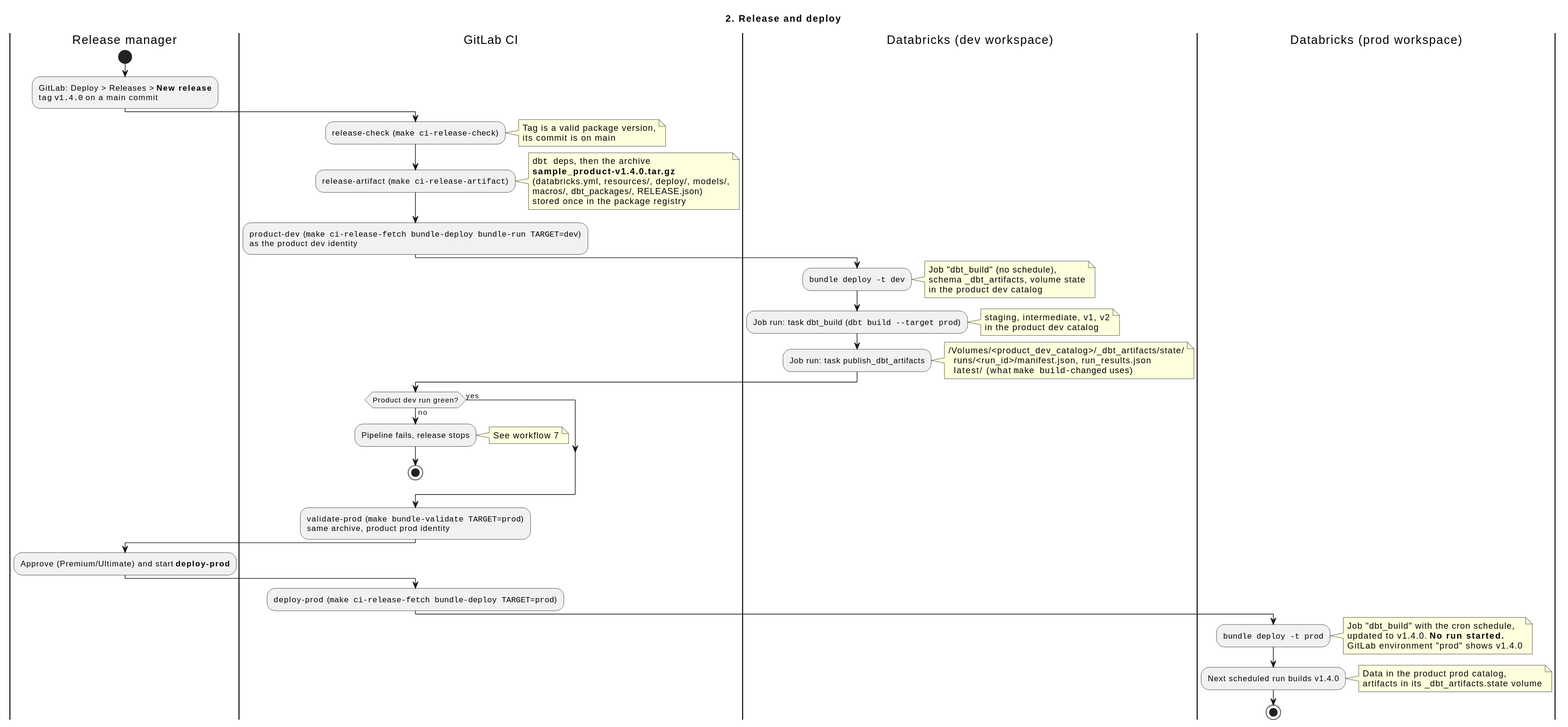
Before: docs/diagrams/workflow-2-release.svg, a diagram exported from PlantUML (PeterHenell/dbt-databricks-template).
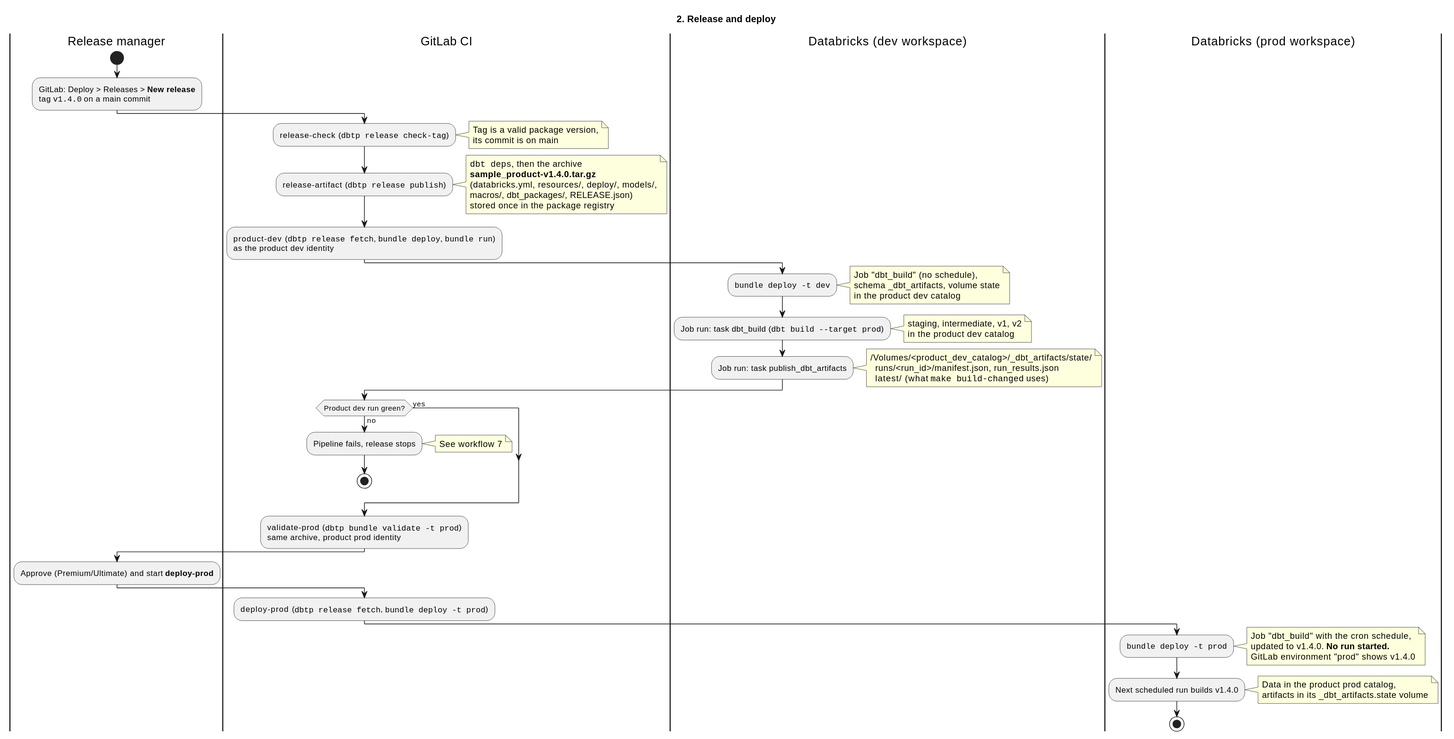
The same diagram one commit later.

What changed in the source:
```diff
@@ -6,12 +6,12 @@
 :GitLab: Deploy > Releases > **New release**
 tag ""v1.4.0"" on a main commit;
 |GitLab CI|
-:release-check  (""make ci-release-check"");
+:release-check  (""dbtp release check-tag"");
 note right
   Tag is a valid package version,
   its commit is on main
 end note
-:release-artifact  (""make ci-release-artifact"");
+:release-artifact  (""dbtp release publish"");
 note right
   ""dbt deps"", then the archive
   **sample_product-v1.4.0.tar.gz**
@@ -19,7 +19,7 @@
   macros/, dbt_packages/, RELEASE.json)
   stored once in the package registry
 end note
-:product-dev  (""make ci-release-fetch bundle-deploy bundle-run TARGET=dev"")
+:product-dev  (""dbtp release fetch"", ""bundle deploy"", ""bundle run"")
 as the product dev identity;
 |Databricks (dev workspace)|
 :""bundle deploy -t dev"";
@@ -46,12 +46,12 @@
   stop
 else (yes)
 endif
-:validate-prod  (""make bundle-validate TARGET=prod"")
+:validate-prod  (""dbtp bundle validate -t prod"")
 same archive, product prod identity;
 |Release manager|
 :Approve (Premium/Ultimate) and start **deploy-prod**;
 |GitLab CI|
-:deploy-prod  (""make ci-release-fetch bundle-deploy TARGET=prod"");
+:deploy-prod  (""dbtp release fetch"", ""bundle deploy -t prod"");
 |Databricks (prod workspace)|
 :""bundle deploy -t prod"";
 note right
```
